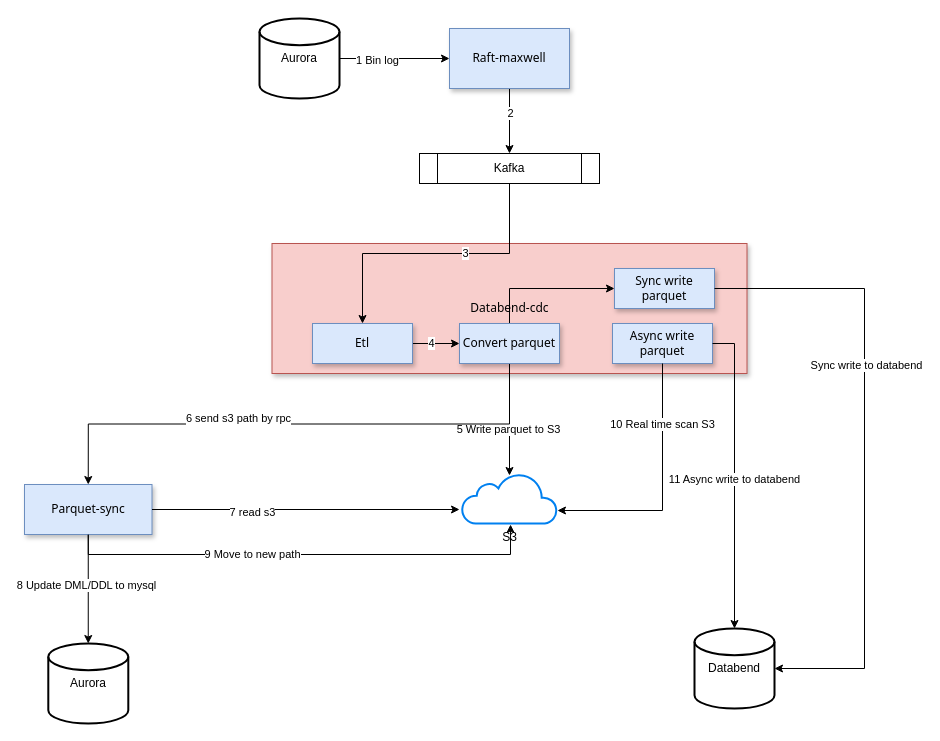
jackjoesh/databend keeps this draw.io diagram as doc/databend-parquet-mysql.drawio. Above is the earlier version. Source tidied: cells renumbered, new cells numbered last; positions are measured from the earlier drawing's top-left corner, leaving out a move shared by most shapes. Both pictures are drawn from the tidied source at 100%, with x=0, y=0 at pixel (24, 18).
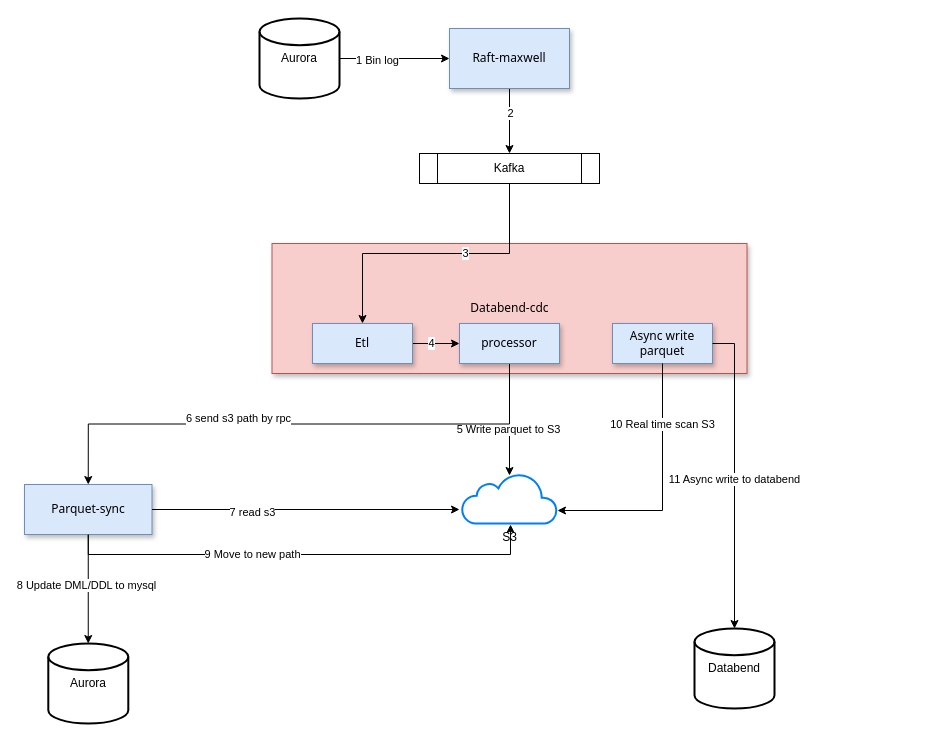
After the change.

Unchanged cells that the change refers to:
```xml
<mxCell id="15" value="Databend" style="strokeWidth=2;html=1;shape=mxgraph.flowchart.database;whiteSpace=wrap;" parent="1" vertex="1">
  <mxGeometry x="670" y="610" width="80" height="80" as="geometry" />
</mxCell>
```

What changed in the source:
```diff
@@
-    <mxCell id="21" style="edgeStyle=orthogonalEdgeStyle;rounded=0;jettySize=auto;html=1;" parent="1" edge="1" source="24" target="34">
-      <mxGeometry relative="1" as="geometry">
-        <Array as="points">
-          <mxPoint x="485" y="270" />
-        </Array>
-      </mxGeometry>
-    </mxCell>
@@
-    <mxCell id="24" value="Convert parquet" style="rounded=0;whiteSpace=wrap;html=1;fillColor=#dae8fc;strokeColor=#6c8ebf;shadow=1;fontFamily=Tahoma;" parent="1" vertex="1">
+    <mxCell id="24" value="processor" style="rounded=0;whiteSpace=wrap;html=1;fillColor=#dae8fc;strokeColor=#6c8ebf;shadow=1;fontFamily=Tahoma;" parent="1" vertex="1">
       <mxGeometry x="435" y="305" width="100" height="40" as="geometry" />
     </mxCell>
@@
-    <mxCell id="34" value="Sync write parquet" style="rounded=0;whiteSpace=wrap;html=1;fillColor=#dae8fc;strokeColor=#6c8ebf;shadow=1;fontFamily=Tahoma;" parent="1" vertex="1">
-      <mxGeometry x="590" y="250" width="100" height="40" as="geometry" />
-    </mxCell>
-    <mxCell id="35" style="edgeStyle=orthogonalEdgeStyle;rounded=0;jettySize=auto;html=1;exitX=1;exitY=0.5;exitDx=0;exitDy=0;entryX=1;entryY=0.5;entryDx=0;entryDy=0;entryPerimeter=0;" parent="1" edge="1" source="34" target="15">
-      <mxGeometry relative="1" as="geometry">
-        <Array as="points">
-          <mxPoint x="840" y="270" />
-          <mxPoint x="840" y="650" />
-        </Array>
-      </mxGeometry>
-    </mxCell>
-    <mxCell id="36" value="Sync write to databend" style="edgeLabel;html=1;align=center;verticalAlign=middle;" parent="35" vertex="1">
-      <mxGeometry x="-0.27" y="1" relative="1" as="geometry" />
-    </mxCell>
```
